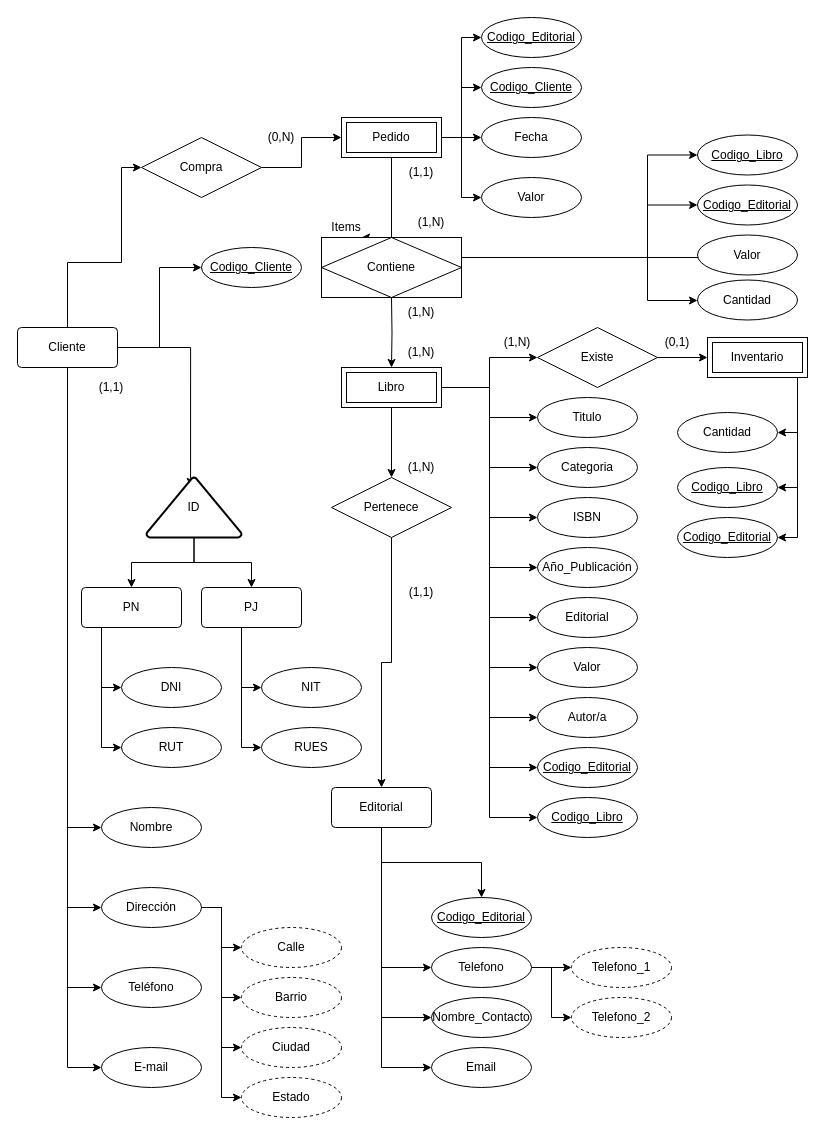
Above: modelo.drawio in smringdesigns/modelo (draw.io), before the change. Source tidied: cells renumbered, new cells numbered last; positions are measured from the earlier drawing's top-left corner, leaving out a move shared by most shapes. Both pictures are drawn from the tidied source at 100%, with x=0, y=0 at pixel (17, 17).
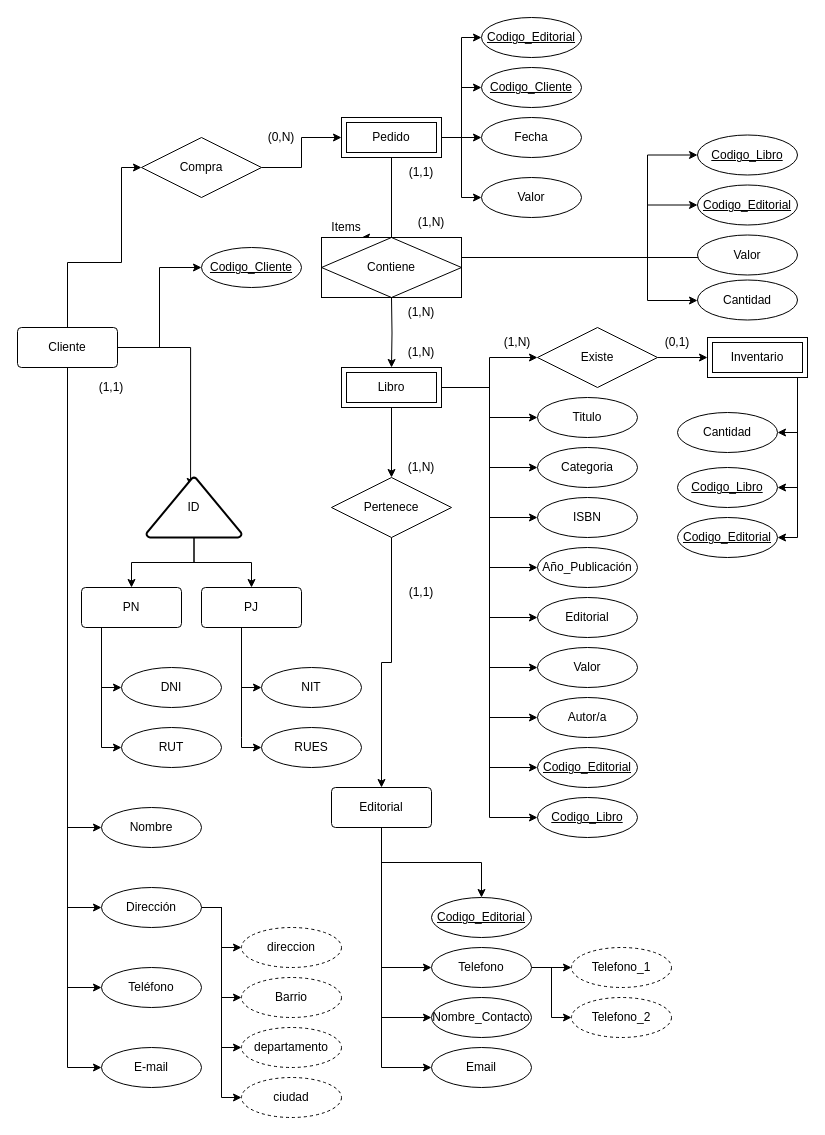
After the change.

Diff of the diagram source:
```diff
@@
-    <mxCell id="81" value="Calle" style="ellipse;whiteSpace=wrap;html=1;align=center;dashed=1;" parent="1" vertex="1">
+    <mxCell id="81" value="direccion" style="ellipse;whiteSpace=wrap;html=1;align=center;dashed=1;" parent="1" vertex="1">
       <mxGeometry x="224" y="910" width="100" height="40" as="geometry" />
     </mxCell>
@@
-    <mxCell id="83" value="Ciudad" style="ellipse;whiteSpace=wrap;html=1;align=center;dashed=1;" parent="1" vertex="1">
+    <mxCell id="83" value="departamento" style="ellipse;whiteSpace=wrap;html=1;align=center;dashed=1;" parent="1" vertex="1">
       <mxGeometry x="224" y="1010" width="100" height="40" as="geometry" />
     </mxCell>
-    <mxCell id="84" value="Estado" style="ellipse;whiteSpace=wrap;html=1;align=center;dashed=1;" parent="1" vertex="1">
+    <mxCell id="84" value="&lt;span style=&quot;text-align: left;&quot;&gt;ciudad&lt;/span&gt;" style="ellipse;whiteSpace=wrap;html=1;align=center;dashed=1;" parent="1" vertex="1">
       <mxGeometry x="224" y="1060" width="100" height="40" as="geometry" />
     </mxCell>
```
